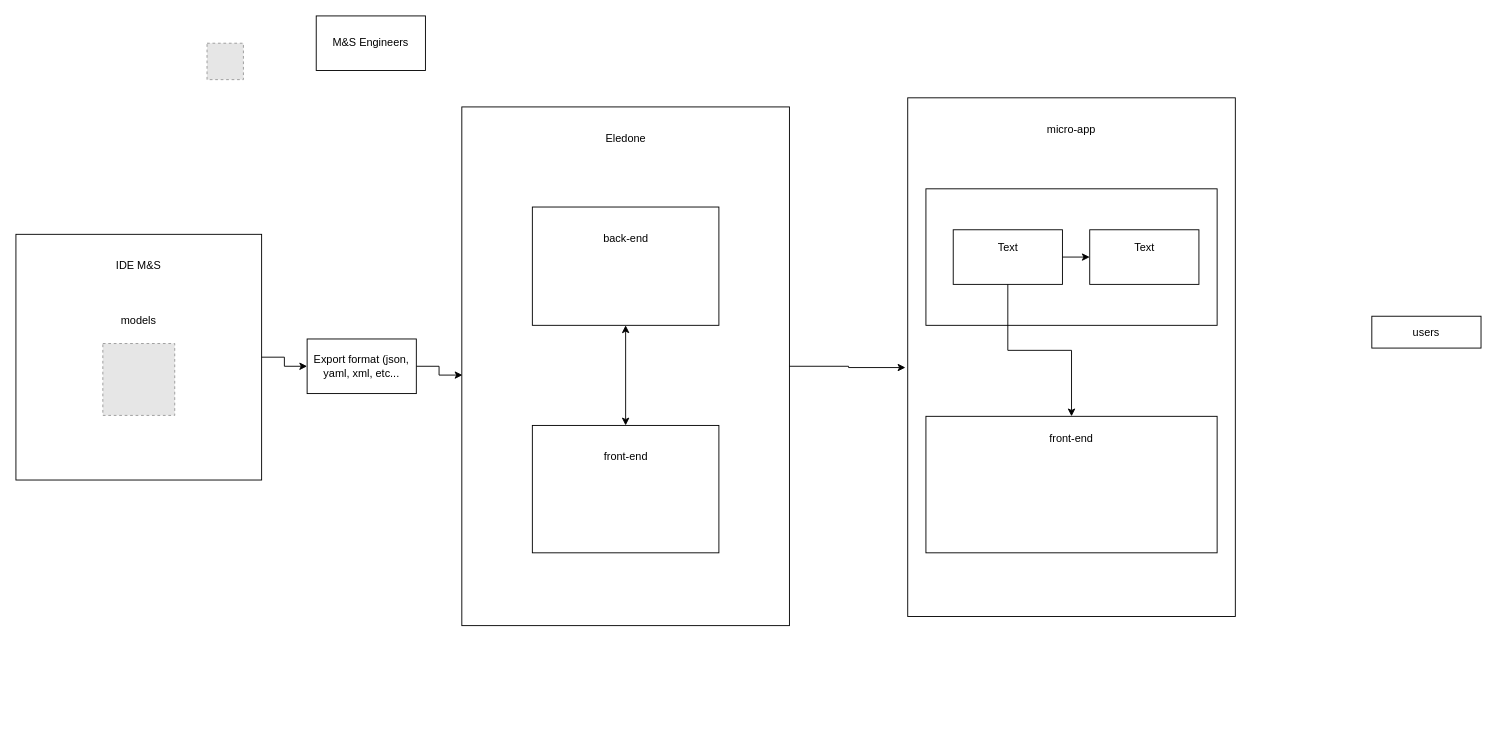
Before: figures/drawio/architecture_global.drawio in capocchi/rapport_de_stage, a draw.io diagram. Source tidied: cells renumbered, new cells numbered last; positions are measured from the earlier drawing's top-left corner, leaving out a move shared by most shapes. Both pictures are drawn from the tidied source at 91%, with x=0, y=0 at pixel (15, 15). Pictures stored in the file or linked from it are replaced by grey dashed boxes.
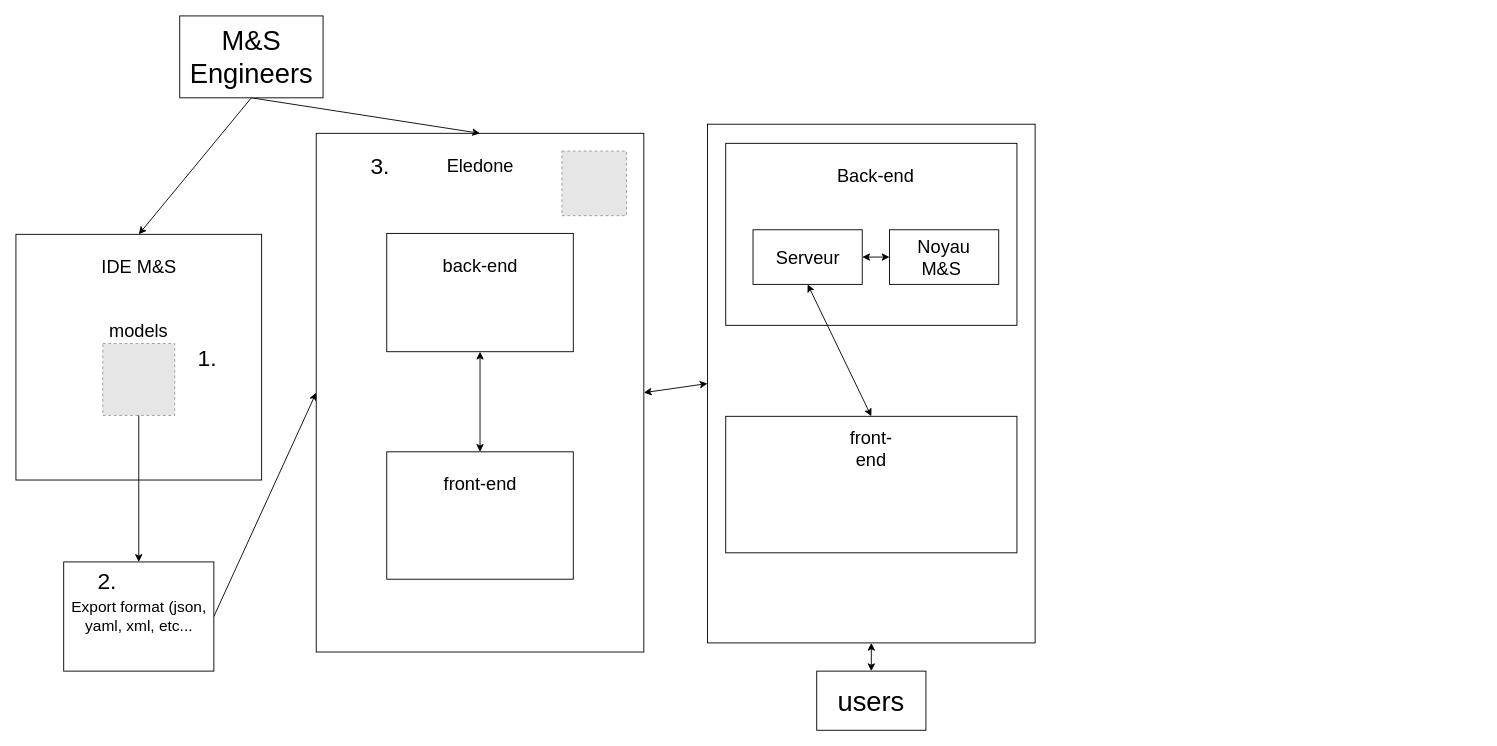
After the change.

Commit message (it also covers changes not shown here):
ajout diagramme

The change refers to these unchanged cells:
```xml
<mxCell id="5" value="&lt;p style=&quot;line-height: 100%;&quot;&gt;&lt;br&gt;&lt;/p&gt;" style="whiteSpace=wrap;html=1;" parent="4" vertex="1">
  <mxGeometry width="270" height="270" as="geometry" />
</mxCell>
<mxCell id="6" style="fillColor=#E6E6E6;strokeColor=#999999;dashed=1;verticalLabelPosition=bottom;labelBackgroundColor=default;verticalAlign=top;" parent="4" vertex="1">
  <mxGeometry x="95.5" y="120" width="79" height="79" as="geometry" />
</mxCell>
<mxCell id="13" style="group;" parent="12" vertex="1">
  <mxGeometry width="360" height="570" as="geometry" />
</mxCell>
<mxCell id="24" style="rounded=0;whiteSpace=wrap;html=1;" parent="23" vertex="1">
  <mxGeometry width="120" height="60" as="geometry" />
</mxCell>
```

Change to the diagram source:
```diff
@@
+    <mxCell id="35" style="edgeStyle=none;html=1;exitX=0.5;exitY=1;exitDx=0;exitDy=0;entryX=0.5;entryY=0;entryDx=0;entryDy=0;fontSize=20;entryPerimeter=0;startArrow=classic;startFill=1;" parent="1" edge="1" source="2" target="33">
+      <mxGeometry relative="1" as="geometry" />
+    </mxCell>
     <mxCell id="2" style="rounded=0;whiteSpace=wrap;html=1;" parent="1" vertex="1">
-      <mxGeometry x="980" y="90" width="360" height="570" as="geometry" />
+      <mxGeometry x="760" y="119" width="360" height="570" as="geometry" />
     </mxCell>
-    <mxCell id="3" style="fillColor=#E6E6E6;strokeColor=#999999;dashed=1;verticalLabelPosition=bottom;labelBackgroundColor=default;verticalAlign=top;fontSize=12;" parent="1" vertex="1">
-      <mxGeometry x="210" y="30" width="40" height="40" as="geometry" />
-    </mxCell>
-    <mxCell id="4" style="group;" parent="1" vertex="1">
+    <mxCell id="4" style="group;fontSize=15;" parent="1" vertex="1">
       <mxGeometry y="240" width="270" height="270" as="geometry" />
     </mxCell>
@@
-    <mxCell id="7" value="IDE M&amp;amp;S" style="text;strokeColor=none;align=center;fillColor=none;html=1;verticalAlign=middle;whiteSpace=wrap;rounded=0;" parent="4" vertex="1">
-      <mxGeometry x="105" y="20" width="60" height="30" as="geometry" />
+    <mxCell id="7" value="&lt;font style=&quot;font-size: 20px;&quot;&gt;IDE M&amp;amp;S&lt;/font&gt;" style="text;strokeColor=none;align=center;fillColor=none;html=1;verticalAlign=middle;whiteSpace=wrap;rounded=0;" parent="4" vertex="1">
+      <mxGeometry x="67.5" y="20" width="135" height="30" as="geometry" />
     </mxCell>
-    <mxCell id="8" value="models" style="text;html=1;strokeColor=none;fillColor=none;align=center;verticalAlign=middle;whiteSpace=wrap;rounded=0;" parent="4" vertex="1">
-      <mxGeometry x="105" y="80" width="60" height="30" as="geometry" />
+    <mxCell id="8" value="models" style="text;html=1;strokeColor=none;fillColor=none;align=center;verticalAlign=middle;whiteSpace=wrap;rounded=0;fontSize=20;" parent="4" vertex="1">
+      <mxGeometry x="105" y="90" width="60" height="30" as="geometry" />
     </mxCell>
+    <mxCell id="36" value="&lt;font style=&quot;font-size: 25px;&quot;&gt;1.&lt;/font&gt;" style="text;html=1;align=center;verticalAlign=middle;strokeColor=none;fillColor=none;fontSize=12;" parent="4" vertex="1">
+      <mxGeometry x="190" y="115" width="40" height="40" as="geometry" />
+    </mxCell>
-    <mxCell id="9" style="edgeStyle=orthogonalEdgeStyle;rounded=0;jettySize=auto;html=1;entryX=0.002;entryY=0.517;entryDx=0;entryDy=0;entryPerimeter=0;" parent="1" edge="1" source="10" target="14">
+    <mxCell id="9" style="edgeStyle=none;html=1;exitX=1;exitY=0.5;exitDx=0;exitDy=0;entryX=0;entryY=0.5;entryDx=0;entryDy=0;fontSize=20;" parent="1" edge="1" source="10" target="14">
       <mxGeometry relative="1" as="geometry" />
     </mxCell>
-    <mxCell id="10" value="Export format (json, yaml, xml, etc..." style="rounded=0;whiteSpace=wrap;html=1;" parent="1" vertex="1">
-      <mxGeometry x="320" y="355" width="120" height="60" as="geometry" />
+    <mxCell id="10" value="Export format (json, yaml, xml, etc..." style="rounded=0;whiteSpace=wrap;html=1;fontSize=17;" parent="1" vertex="1">
+      <mxGeometry x="52.5" y="600" width="165" height="120" as="geometry" />
     </mxCell>
-    <mxCell id="11" style="edgeStyle=orthogonalEdgeStyle;rounded=0;jettySize=auto;html=1;entryX=0;entryY=0.5;entryDx=0;entryDy=0;" parent="1" edge="1" source="5" target="10">
-      <mxGeometry relative="1" as="geometry" />
-    </mxCell>
     <mxCell id="12" style="group;" parent="1" vertex="1">
-      <mxGeometry x="490" y="90" width="360" height="570" as="geometry" />
+      <mxGeometry x="330" y="119" width="360" height="570" as="geometry" />
     </mxCell>
@@
-    <mxCell id="14" style="rounded=0;whiteSpace=wrap;html=1;" parent="13" vertex="1">
+    <mxCell id="14" style="rounded=0;whiteSpace=wrap;html=1;fontSize=16;" parent="13" vertex="1">
       <mxGeometry y="10" width="360" height="570" as="geometry" />
     </mxCell>
-    <mxCell id="15" value="Eledone" style="text;html=1;align=center;verticalAlign=middle;strokeColor=none;fillColor=none;" parent="13" vertex="1">
-      <mxGeometry x="145" y="30" width="70" height="30" as="geometry" />
+    <mxCell id="15" value="Eledone" style="text;html=1;align=center;verticalAlign=middle;strokeColor=none;fillColor=none;fontSize=20;" parent="13" vertex="1">
+      <mxGeometry x="130" y="25" width="100" height="40" as="geometry" />
     </mxCell>
-    <mxCell id="16" style="rounded=0;whiteSpace=wrap;html=1;" parent="13" vertex="1">
+    <mxCell id="16" style="rounded=0;whiteSpace=wrap;html=1;fontSize=18;" parent="13" vertex="1">
       <mxGeometry x="77.5" y="120" width="205" height="130" as="geometry" />
     </mxCell>
-    <mxCell id="17" value="back-end" style="text;html=1;align=center;verticalAlign=middle;strokeColor=none;fillColor=none;" parent="13" vertex="1">
-      <mxGeometry x="145" y="140" width="70" height="30" as="geometry" />
+    <mxCell id="17" value="back-end" style="text;html=1;align=center;verticalAlign=middle;strokeColor=none;fillColor=none;fontSize=20;" parent="13" vertex="1">
+      <mxGeometry x="125" y="135" width="110" height="40" as="geometry" />
     </mxCell>
@@
-    <mxCell id="19" value="front-end" style="text;html=1;align=center;verticalAlign=middle;strokeColor=none;fillColor=none;" parent="13" vertex="1">
-      <mxGeometry x="145" y="380" width="70" height="30" as="geometry" />
+    <mxCell id="19" value="&lt;font style=&quot;font-size: 20px;&quot;&gt;front-end&lt;/font&gt;" style="text;html=1;align=center;verticalAlign=middle;strokeColor=none;fillColor=none;" parent="13" vertex="1">
+      <mxGeometry x="130" y="375" width="100" height="40" as="geometry" />
     </mxCell>
@@
-    <mxCell id="21" value="micro-app" style="text;html=1;strokeColor=none;fillColor=none;align=center;verticalAlign=middle;whiteSpace=wrap;rounded=0;" parent="1" vertex="1">
-      <mxGeometry x="1130" y="110" width="60" height="30" as="geometry" />
-    </mxCell>
+    <mxCell id="37" style="fillColor=#E6E6E6;strokeColor=#999999;dashed=1;verticalLabelPosition=bottom;labelBackgroundColor=default;verticalAlign=top;" parent="13" vertex="1">
+      <mxGeometry x="270" y="29.5" width="71" height="71" as="geometry" />
+    </mxCell>
+    <mxCell id="38" value="&lt;font style=&quot;font-size: 25px;&quot;&gt;3.&lt;/font&gt;" style="text;html=1;align=center;verticalAlign=middle;strokeColor=none;fillColor=none;fontSize=12;" parent="13" vertex="1">
+      <mxGeometry x="50" y="25" width="40" height="40" as="geometry" />
+    </mxCell>
     <mxCell id="22" style="rounded=0;whiteSpace=wrap;html=1;" parent="1" vertex="1">
-      <mxGeometry x="1000" y="190" width="320" height="150" as="geometry" />
+      <mxGeometry x="780" y="140" width="320" height="200" as="geometry" />
     </mxCell>
     <mxCell id="23" style="group;" parent="1" vertex="1">
-      <mxGeometry x="1030" y="235" width="120" height="60" as="geometry" />
+      <mxGeometry x="810" y="235" width="120" height="60" as="geometry" />
     </mxCell>
@@
-    <mxCell id="25" value="Text" style="text;html=1;align=center;verticalAlign=middle;strokeColor=none;fillColor=none;" parent="23" vertex="1">
-      <mxGeometry x="35" y="5" width="50" height="30" as="geometry" />
+    <mxCell id="25" value="&lt;span style=&quot;font-size: 20px;&quot;&gt;Serveur&lt;br&gt;&lt;/span&gt;" style="text;html=1;align=center;verticalAlign=middle;strokeColor=none;fillColor=none;" parent="23" vertex="1">
+      <mxGeometry x="15" y="10" width="90" height="40" as="geometry" />
     </mxCell>
+    <mxCell id="39" style="edgeStyle=none;html=1;exitX=0;exitY=0.5;exitDx=0;exitDy=0;entryX=1;entryY=0.5;entryDx=0;entryDy=0;fontSize=20;startArrow=classic;startFill=1;" parent="1" edge="1" source="26" target="24">
+      <mxGeometry relative="1" as="geometry" />
+    </mxCell>
     <mxCell id="26" style="rounded=0;whiteSpace=wrap;html=1;" parent="1" vertex="1">
-      <mxGeometry x="1180" y="235" width="120" height="60" as="geometry" />
+      <mxGeometry x="960" y="235" width="120" height="60" as="geometry" />
     </mxCell>
-    <mxCell id="27" value="Text" style="text;html=1;align=center;verticalAlign=middle;strokeColor=none;fillColor=none;" parent="1" vertex="1">
-      <mxGeometry x="1215" y="240" width="50" height="30" as="geometry" />
-    </mxCell>
     <mxCell id="28" style="rounded=0;whiteSpace=wrap;html=1;" parent="1" vertex="1">
-      <mxGeometry x="1000" y="440" width="320" height="150" as="geometry" />
+      <mxGeometry x="780" y="440" width="320" height="150" as="geometry" />
     </mxCell>
-    <mxCell id="29" value="front-end" style="text;html=1;strokeColor=none;fillColor=none;align=center;verticalAlign=middle;whiteSpace=wrap;rounded=0;" parent="1" vertex="1">
-      <mxGeometry x="1130" y="450" width="60" height="30" as="geometry" />
+    <mxCell id="29" value="&lt;font style=&quot;font-size: 20px;&quot;&gt;front-end&lt;/font&gt;" style="text;html=1;strokeColor=none;fillColor=none;align=center;verticalAlign=middle;whiteSpace=wrap;rounded=0;" parent="1" vertex="1">
+      <mxGeometry x="910" y="460" width="60" height="30" as="geometry" />
     </mxCell>
+    <mxCell id="33" value="&lt;font style=&quot;font-size: 30px;&quot;&gt;users&lt;/font&gt;" style="rounded=0;whiteSpace=wrap;html=1;" parent="1" vertex="1">
+      <mxGeometry x="880" y="720" width="120" height="65" as="geometry" />
+    </mxCell>
+    <mxCell id="40" style="edgeStyle=none;html=1;exitX=0.5;exitY=1;exitDx=0;exitDy=0;entryX=0.5;entryY=0;entryDx=0;entryDy=0;fontSize=17;" parent="1" edge="1" source="34" target="14">
+      <mxGeometry relative="1" as="geometry" />
+    </mxCell>
+    <mxCell id="41" style="edgeStyle=none;html=1;exitX=0.5;exitY=1;exitDx=0;exitDy=0;entryX=0.5;entryY=0;entryDx=0;entryDy=0;fontSize=17;" parent="1" edge="1" source="34" target="5">
+      <mxGeometry relative="1" as="geometry" />
+    </mxCell>
+    <mxCell id="34" value="&lt;font style=&quot;font-size: 30px;&quot;&gt;M&amp;amp;S Engineers&lt;/font&gt;" style="rounded=0;whiteSpace=wrap;html=1;" parent="1" vertex="1">
+      <mxGeometry x="180" width="157.5" height="90" as="geometry" />
+    </mxCell>
+    <mxCell id="42" style="edgeStyle=none;html=1;exitX=0.5;exitY=1;exitDx=0;exitDy=0;entryX=0.5;entryY=0;entryDx=0;entryDy=0;fontSize=20;" parent="1" edge="1" source="6" target="10">
+      <mxGeometry relative="1" as="geometry" />
+    </mxCell>
-    <mxCell id="30" style="edgeStyle=orthogonalEdgeStyle;rounded=0;jettySize=auto;html=1;exitX=1;exitY=0.5;exitDx=0;exitDy=0;entryX=-0.007;entryY=0.52;entryDx=0;entryDy=0;entryPerimeter=0;" parent="1" edge="1" source="14" target="2">
+    <mxCell id="30" style="edgeStyle=none;html=1;exitX=1;exitY=0.5;exitDx=0;exitDy=0;entryX=0;entryY=0.5;entryDx=0;entryDy=0;fontSize=20;startArrow=classic;startFill=1;" parent="1" edge="1" source="14" target="2">
       <mxGeometry relative="1" as="geometry" />
     </mxCell>
-    <mxCell id="31" style="edgeStyle=orthogonalEdgeStyle;rounded=0;jettySize=auto;html=1;exitX=0.5;exitY=1;exitDx=0;exitDy=0;" parent="1" edge="1" source="24" target="28">
+    <mxCell id="31" style="edgeStyle=none;html=1;exitX=0.5;exitY=1;exitDx=0;exitDy=0;entryX=0.5;entryY=0;entryDx=0;entryDy=0;fontSize=20;startArrow=classic;startFill=1;" parent="1" edge="1" source="24" target="28">
       <mxGeometry relative="1" as="geometry" />
     </mxCell>
-    <mxCell id="32" style="edgeStyle=orthogonalEdgeStyle;rounded=0;jettySize=auto;html=1;exitX=1;exitY=0.5;exitDx=0;exitDy=0;entryX=0;entryY=0.5;entryDx=0;entryDy=0;" parent="1" edge="1" source="24" target="26">
-      <mxGeometry relative="1" as="geometry" />
-    </mxCell>
-    <mxCell id="33" value="users" style="rounded=0;whiteSpace=wrap;html=1;" parent="1" vertex="1">
-      <mxGeometry x="1490" y="330" width="120" height="35" as="geometry" />
-    </mxCell>
-    <mxCell id="34" value="M&amp;amp;S Engineers" style="rounded=0;whiteSpace=wrap;html=1;" parent="1" vertex="1">
-      <mxGeometry x="330" width="120" height="60" as="geometry" />
-    </mxCell>
+    <mxCell id="43" value="&lt;font style=&quot;font-size: 20px;&quot;&gt;Back-end&lt;/font&gt;" style="text;html=1;strokeColor=none;fillColor=none;align=center;verticalAlign=middle;whiteSpace=wrap;rounded=0;" parent="1" vertex="1">
+      <mxGeometry x="900" y="160" width="90" height="30" as="geometry" />
+    </mxCell>
+    <mxCell id="44" value="&lt;font style=&quot;font-size: 20px;&quot;&gt;Noyau&lt;br&gt;M&amp;amp;S&amp;nbsp;&lt;/font&gt;" style="text;html=1;strokeColor=none;fillColor=none;align=center;verticalAlign=middle;whiteSpace=wrap;rounded=0;" parent="1" vertex="1">
+      <mxGeometry x="975" y="250" width="90" height="30" as="geometry" />
+    </mxCell>
+    <mxCell id="45" value="&lt;font style=&quot;font-size: 25px;&quot;&gt;2.&lt;/font&gt;" style="text;html=1;align=center;verticalAlign=middle;strokeColor=none;fillColor=none;fontSize=12;" parent="1" vertex="1">
+      <mxGeometry x="80" y="600" width="40" height="40" as="geometry" />
+    </mxCell>
```
